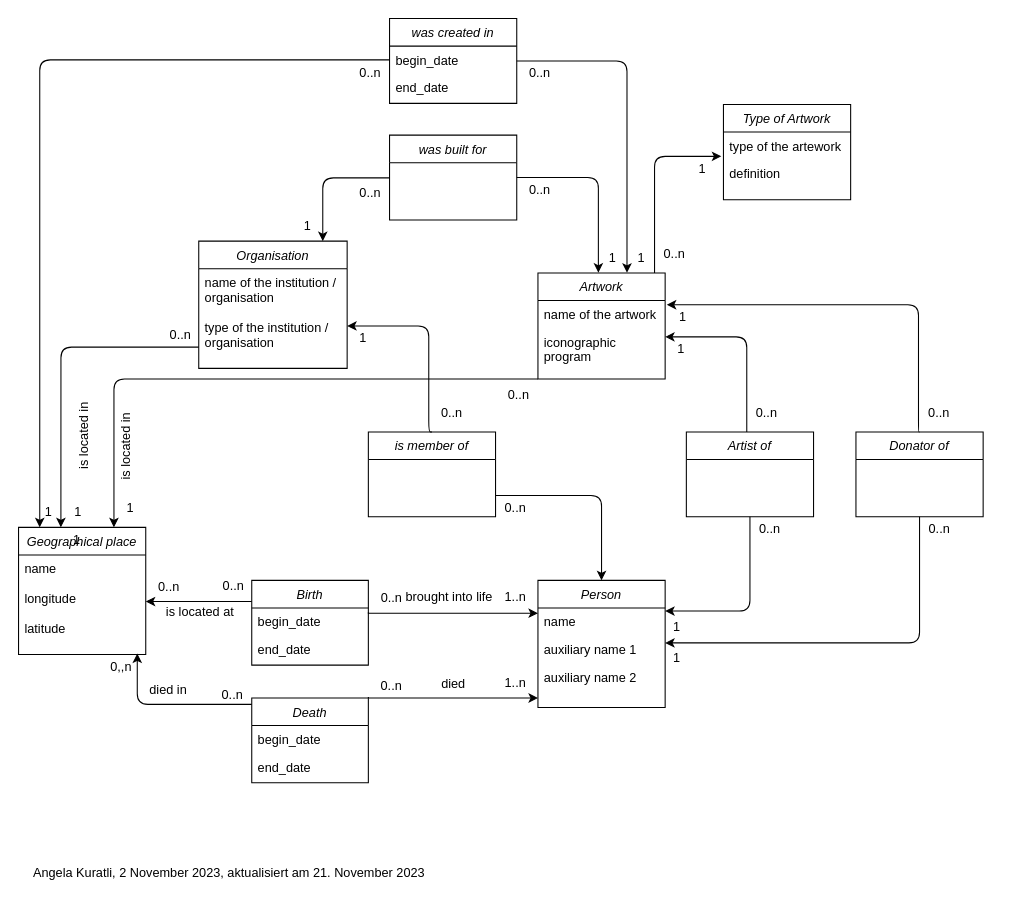
Above: MCD_to_database_medieval_sculptors.drawio in dmkmak/Bildhauer_Mittelalter_repository (draw.io), before the change. Source tidied: cells renumbered, new cells numbered last; positions are measured from the earlier drawing's top-left corner, leaving out a move shared by most shapes. Both pictures are drawn from the tidied source at 106%, with x=0, y=0 at pixel (18, 18).
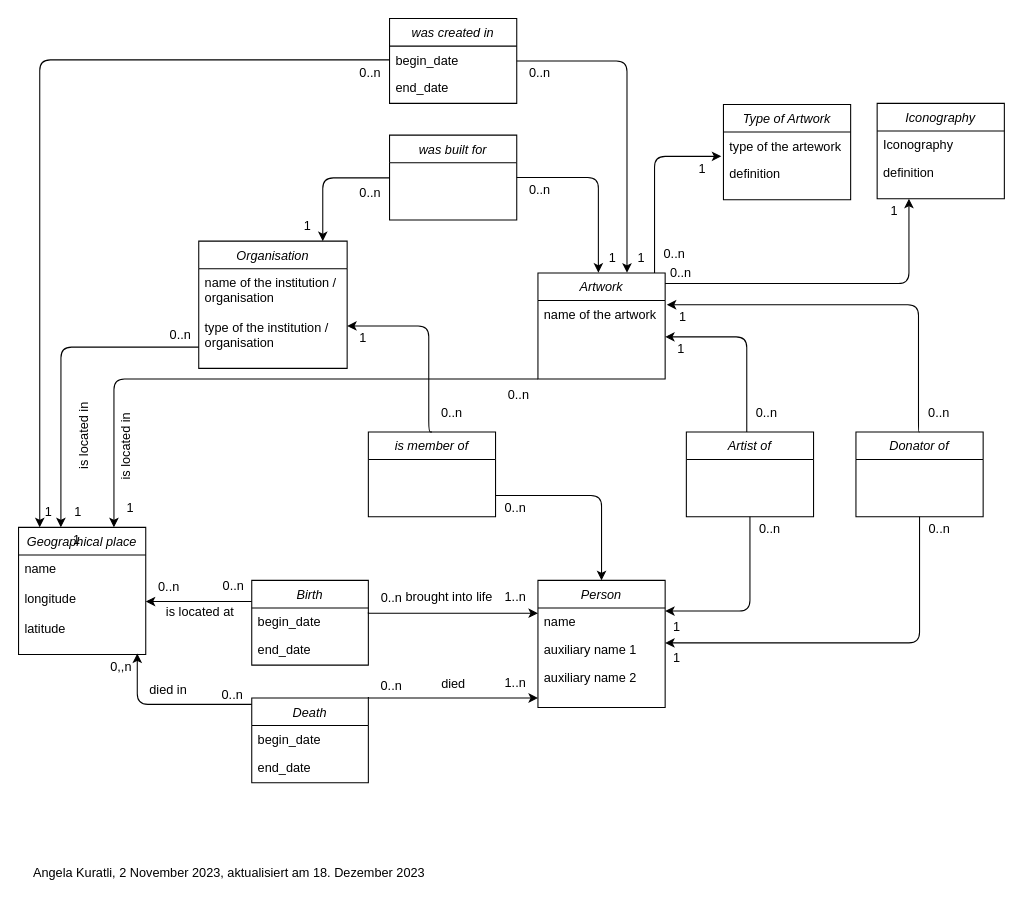
The same page after the edit.

Commit message:
updated conceptual model

The change refers to these unchanged cells:
```xml
<mxCell id="14" value="Artwork" style="swimlane;fontStyle=2;align=center;verticalAlign=top;horizontal=1;startSize=26;rounded=0;shadow=0;strokeWidth=1;" parent="1" vertex="1">
  <mxGeometry x="490" y="240" width="120" height="100" as="geometry" />
</mxCell>
```

Diff of the diagram source:
```diff
@@
-    <mxCell id="16" value="iconographic&#10;program" style="text;align=left;verticalAlign=top;spacingLeft=4;spacingRight=4;overflow=hidden;rounded=0;shadow=0;html=0;" parent="14" vertex="1">
-      <mxGeometry y="52" width="120" height="38" as="geometry" />
-    </mxCell>
@@
-    <mxCell id="19" value="&lt;p class=&quot;p1&quot; style=&quot;margin: 0px; font-stretch: normal; line-height: normal;&quot;&gt;&lt;span style=&quot;&quot;&gt;Angela Kuratli, 2 November 2023, aktualisiert am 21. November 2023&amp;nbsp;&lt;/span&gt;&lt;/p&gt;" style="text;html=1;align=center;verticalAlign=middle;fontStyle=0;" parent="1" vertex="1">
+    <mxCell id="19" value="&lt;p class=&quot;p1&quot; style=&quot;margin: 0px; font-stretch: normal; line-height: normal;&quot;&gt;&lt;span style=&quot;&quot;&gt;Angela Kuratli, 2 November 2023, aktualisiert am 18. Dezember 2023&amp;nbsp;&lt;/span&gt;&lt;/p&gt;" style="text;html=1;align=center;verticalAlign=middle;fontStyle=0;" parent="1" vertex="1">
       <mxGeometry y="790" width="400" height="30" as="geometry" />
     </mxCell>
@@
+    <mxCell id="89" value="Iconography" style="swimlane;fontStyle=2;align=center;verticalAlign=top;horizontal=1;startSize=26;rounded=0;shadow=0;strokeWidth=1;" parent="1" vertex="1">
+      <mxGeometry x="810" y="80" width="120" height="90" as="geometry" />
+    </mxCell>
+    <mxCell id="90" value="Iconography" style="text;align=left;verticalAlign=top;spacingLeft=4;spacingRight=4;overflow=hidden;" parent="89" vertex="1">
+      <mxGeometry y="26" width="120" height="26" as="geometry" />
+    </mxCell>
+    <mxCell id="91" value="definition" style="text;align=left;verticalAlign=top;spacingLeft=4;spacingRight=4;overflow=hidden;rounded=0;shadow=0;html=0;" parent="89" vertex="1">
+      <mxGeometry y="52" width="120" height="26" as="geometry" />
+    </mxCell>
+    <mxCell id="92" style="endArrow=none;shadow=0;strokeWidth=1;rounded=1;endFill=0;edgeStyle=elbowEdgeStyle;startArrow=classic;startFill=1;exitX=0.25;exitY=1;exitDx=0;exitDy=0;" parent="1" edge="1" source="89">
+      <mxGeometry x="0.5" y="41" relative="1" as="geometry">
+        <mxPoint x="610" y="250" as="targetPoint" />
+        <Array as="points">
+          <mxPoint x="840" y="210" />
+          <mxPoint x="560" y="169.7" />
+          <mxPoint x="610" y="179.7" />
+        </Array>
+        <mxPoint x="-40" y="32" as="offset" />
+      </mxGeometry>
+    </mxCell>
+    <mxCell id="93" value="1" style="align=left;verticalAlign=bottom;labelBackgroundColor=none;fontSize=12;rotation=0;" parent="92" vertex="1">
+      <mxGeometry x="-1" relative="1" as="geometry">
+        <mxPoint x="-19" y="20" as="offset" />
+      </mxGeometry>
+    </mxCell>
+    <mxCell id="94" value="0..n" style="align=right;verticalAlign=bottom;labelBackgroundColor=none;fontSize=12;rotation=0;" parent="92" vertex="1">
+      <mxGeometry x="1" relative="1" as="geometry">
+        <mxPoint x="26" y="-2" as="offset" />
+      </mxGeometry>
+    </mxCell>
```
